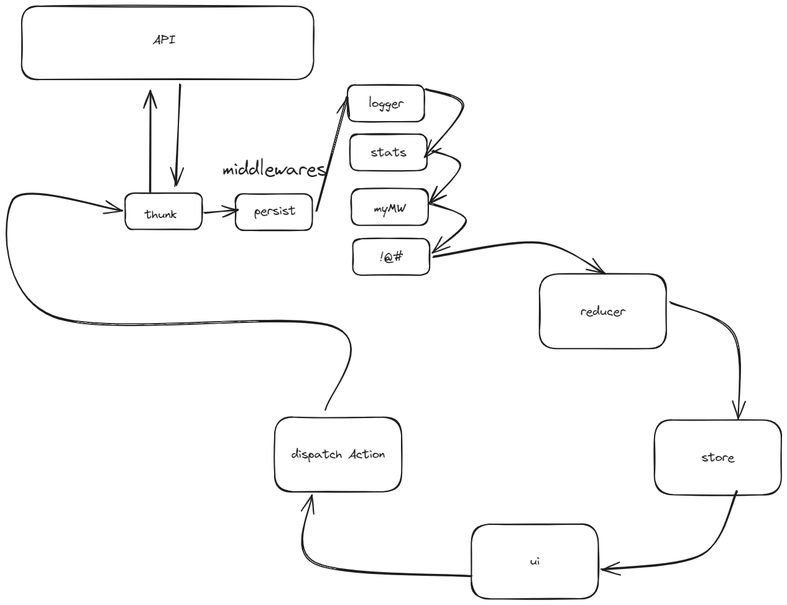
This is src/redux/.excalidraw.png from DrynkinSergey/FS_109_React, a Excalidraw export, as it was before one commit. Source tidied: one line per element, renumbered; positions are measured from the earlier drawing's top-left corner, leaving out a move shared by most shapes. Its diagram source:
```json
{"id": 0, "type": "rectangle", "strokeColor": "#1e1e1e", "strokeWidth": 2, "roughness": 1, "round": true, "x": 422, "y": 661, "width": 204, "height": 120}
{"id": 1, "type": "text", "text": "dispatch Action", "strokeColor": "#1e1e1e", "strokeWidth": 2, "roughness": 1, "fontSize": 20, "fontFamily": 1, "textAlign": "center", "verticalAlign": "middle", "inside": 0, "x": 449, "y": 709, "width": 150, "height": 25}
{"id": 2, "type": "rectangle", "strokeColor": "#1e1e1e", "strokeWidth": 2, "roughness": 1, "round": true, "x": 739, "y": 834, "width": 204, "height": 120}
{"id": 3, "type": "text", "text": "ui", "strokeColor": "#1e1e1e", "strokeWidth": 2, "roughness": 1, "fontSize": 20, "fontFamily": 1, "textAlign": "center", "verticalAlign": "middle", "inside": 2, "x": 833, "y": 881, "width": 16, "height": 25}
{"id": 4, "type": "rectangle", "strokeColor": "#1e1e1e", "strokeWidth": 2, "roughness": 1, "round": true, "x": 1033, "y": 666, "width": 204, "height": 120}
{"id": 5, "type": "text", "text": "store", "strokeColor": "#1e1e1e", "strokeWidth": 2, "roughness": 1, "fontSize": 20, "fontFamily": 1, "textAlign": "center", "verticalAlign": "middle", "inside": 4, "x": 1109, "y": 714, "width": 53, "height": 25}
{"id": 6, "type": "rectangle", "strokeColor": "#1e1e1e", "strokeWidth": 2, "roughness": 1, "round": true, "x": 848, "y": 431, "width": 204, "height": 120}
{"id": 7, "type": "text", "text": "reducer", "strokeColor": "#1e1e1e", "strokeWidth": 2, "roughness": 1, "fontSize": 20, "fontFamily": 1, "textAlign": "center", "verticalAlign": "middle", "inside": 6, "x": 914, "y": 479, "width": 72, "height": 25}
{"id": 8, "type": "arrow", "strokeColor": "#1e1e1e", "strokeWidth": 2, "roughness": 1, "endArrowhead": "arrow", "round": true, "from": 6, "to": 4, "x": 1059, "y": 477, "width": 109, "height": 186, "points": [[0, 0], [101, 51], [109, 186]]}
{"id": 9, "type": "arrow", "strokeColor": "#1e1e1e", "strokeWidth": 2, "roughness": 1, "endArrowhead": "arrow", "round": true, "to": 2, "x": 1167, "y": 781, "width": 218, "height": 126, "points": [[0, 0], [-56, 101], [-218, 126]]}
{"id": 10, "type": "arrow", "strokeColor": "#1e1e1e", "strokeWidth": 2, "roughness": 1, "endArrowhead": "arrow", "round": true, "from": 2, "to": 0, "x": 738, "y": 919, "width": 256, "height": 131, "points": [[0, 0], [-252, -22], [-256, -131]]}
{"id": 11, "type": "rectangle", "strokeColor": "#1e1e1e", "strokeWidth": 2, "roughness": 1, "round": true, "x": 359, "y": 302, "width": 124, "height": 59}
{"id": 12, "type": "rectangle", "strokeColor": "#1e1e1e", "strokeWidth": 2, "roughness": 1, "round": true, "x": 546, "y": 294, "width": 124, "height": 59}
{"id": 13, "type": "rectangle", "strokeColor": "#1e1e1e", "strokeWidth": 2, "roughness": 1, "round": true, "x": 182, "y": 301, "width": 124, "height": 59}
{"id": 14, "type": "arrow", "strokeColor": "#1e1e1e", "strokeWidth": 2, "roughness": 1, "endArrowhead": "arrow", "round": true, "from": 0, "to": 13, "x": 504, "y": 649, "width": 514, "height": 338, "points": [[0, 0], [10, -134], [-438, -149], [-504, -338], [-327, -321]]}
{"id": 15, "type": "arrow", "strokeColor": "#1e1e1e", "strokeWidth": 2, "roughness": 1, "endArrowhead": "arrow", "round": true, "from": 13, "x": 310, "y": 333, "width": 53, "height": 5, "points": [[0, 0], [53, -5]]}
{"id": 16, "type": "arrow", "strokeColor": "#1e1e1e", "strokeWidth": 2, "roughness": 1, "endArrowhead": "arrow", "round": true, "from": 11, "to": 30, "x": 490, "y": 330, "width": 49, "height": 183, "points": [[0, 0], [49, -183]]}
{"id": 17, "type": "arrow", "strokeColor": "#1e1e1e", "strokeWidth": 2, "roughness": 1, "endArrowhead": "arrow", "round": true, "from": 26, "to": 6, "x": 677, "y": 404, "width": 275, "height": 50, "points": [[0, 0], [172, -23], [275, 27]]}
{"id": 18, "type": "text", "text": "middlewares", "strokeColor": "#1e1e1e", "strokeWidth": 2, "roughness": 1, "fontSize": 30.01, "fontFamily": 1, "x": 338, "y": 244, "width": 168, "height": 38}
{"id": 19, "type": "text", "text": "thunk", "strokeColor": "#1e1e1e", "strokeWidth": 2, "roughness": 1, "fontSize": 20, "fontFamily": 1, "x": 213, "y": 323, "width": 52, "height": 25}
{"id": 20, "type": "arrow", "strokeColor": "#1e1e1e", "strokeWidth": 2, "roughness": 1, "endArrowhead": "arrow", "round": true, "from": 13, "x": 223, "y": 300, "width": 0, "height": 164, "points": [[0, 0], [0, -164]]}
{"id": 21, "type": "rectangle", "strokeColor": "#1e1e1e", "strokeWidth": 2, "roughness": 1, "round": true, "x": 15, "y": 0, "width": 470, "height": 118}
{"id": 22, "type": "text", "text": "API", "strokeColor": "#1e1e1e", "strokeWidth": 2, "roughness": 1, "fontSize": 20, "fontFamily": 1, "x": 226, "y": 42, "width": 37, "height": 25}
{"id": 23, "type": "arrow", "strokeColor": "#1e1e1e", "strokeWidth": 2, "roughness": 1, "endArrowhead": "arrow", "round": true, "from": 21, "to": 13, "x": 271, "y": 126, "width": 9, "height": 163, "points": [[0, 0], [-9, 163]]}
{"id": 24, "type": "text", "text": "persist", "strokeColor": "#1e1e1e", "strokeWidth": 2, "roughness": 1, "fontSize": 20, "fontFamily": 1, "x": 390, "y": 317, "width": 67, "height": 25}
{"id": 25, "type": "text", "text": "myMW", "strokeColor": "#1e1e1e", "strokeWidth": 2, "roughness": 1, "fontSize": 20, "fontFamily": 1, "x": 582, "y": 313, "width": 52, "height": 25}
{"id": 26, "type": "rectangle", "strokeColor": "#1e1e1e", "strokeWidth": 2, "roughness": 1, "round": true, "x": 548, "y": 374, "width": 124, "height": 59}
{"id": 27, "type": "text", "text": "!@#", "strokeColor": "#1e1e1e", "strokeWidth": 2, "roughness": 1, "fontSize": 20, "fontFamily": 1, "textAlign": "center", "verticalAlign": "middle", "inside": 26, "x": 591, "y": 391, "width": 38, "height": 25}
{"id": 28, "type": "rectangle", "strokeColor": "#1e1e1e", "strokeWidth": 2, "roughness": 1, "round": true, "x": 544, "y": 206, "width": 124, "height": 59}
{"id": 29, "type": "text", "text": "stats", "strokeColor": "#1e1e1e", "strokeWidth": 2, "roughness": 1, "fontSize": 20, "fontFamily": 1, "textAlign": "center", "verticalAlign": "middle", "inside": 28, "x": 577, "y": 223, "width": 58, "height": 25}
{"id": 30, "type": "rectangle", "strokeColor": "#1e1e1e", "strokeWidth": 2, "roughness": 1, "round": true, "x": 539, "y": 127, "width": 124, "height": 59}
{"id": 31, "type": "text", "text": "logger", "strokeColor": "#1e1e1e", "strokeWidth": 2, "roughness": 1, "fontSize": 20, "fontFamily": 1, "textAlign": "center", "verticalAlign": "middle", "inside": 30, "x": 573, "y": 144, "width": 56, "height": 25}
{"id": 32, "type": "arrow", "strokeColor": "#1e1e1e", "strokeWidth": 2, "roughness": 1, "endArrowhead": "arrow", "round": true, "from": 30, "x": 665, "y": 134, "width": 62, "height": 108, "points": [[0, 0], [60, 26], [-1, 108]]}
{"id": 33, "type": "arrow", "strokeColor": "#1e1e1e", "strokeWidth": 2, "roughness": 1, "endArrowhead": "arrow", "round": true, "from": 28, "to": 12, "x": 676, "y": 234, "width": 52, "height": 85, "points": [[0, 0], [46, 23], [-5, 85]]}
{"id": 34, "type": "arrow", "strokeColor": "#1e1e1e", "strokeWidth": 2, "roughness": 1, "endArrowhead": "arrow", "round": true, "from": 12, "to": 26, "x": 671, "y": 316, "width": 59, "height": 80, "points": [[0, 0], [59, 29], [5, 80]]}
```
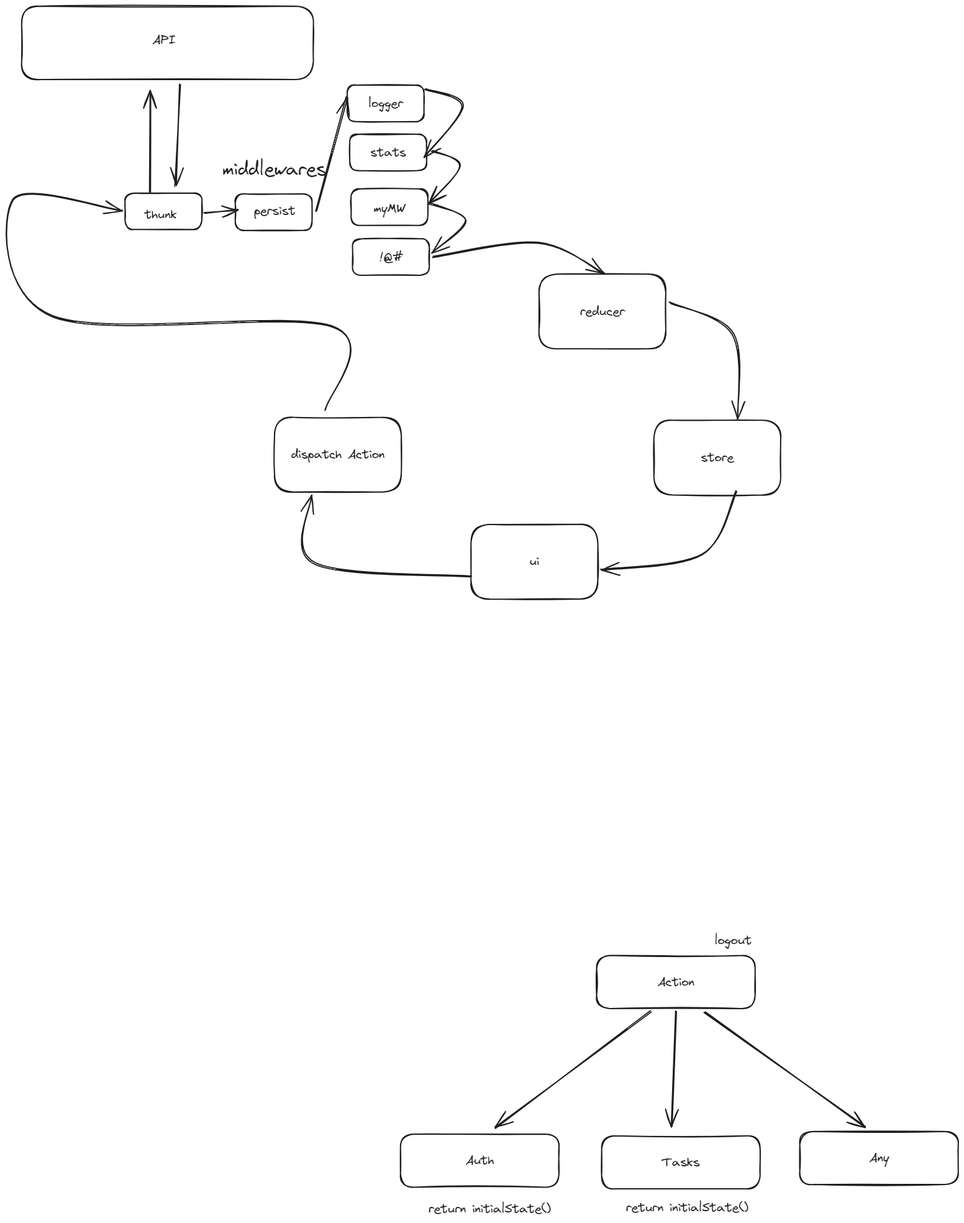
Above is the later version.

Commit message:
add logout, info about user, clear slices

The edit, as a diff of the source:
```diff
@@ -33,3 +33,17 @@
 {"id": 32, "type": "arrow", "strokeColor": "#1e1e1e", "strokeWidth": 2, "roughness": 1, "endArrowhead": "arrow", "round": true, "from": 30, "x": 665, "y": 134, "width": 62, "height": 108, "points": [[0, 0], [60, 26], [-1, 108]]}
 {"id": 33, "type": "arrow", "strokeColor": "#1e1e1e", "strokeWidth": 2, "roughness": 1, "endArrowhead": "arrow", "round": true, "from": 28, "to": 12, "x": 676, "y": 234, "width": 52, "height": 85, "points": [[0, 0], [46, 23], [-5, 85]]}
 {"id": 34, "type": "arrow", "strokeColor": "#1e1e1e", "strokeWidth": 2, "roughness": 1, "endArrowhead": "arrow", "round": true, "from": 12, "to": 26, "x": 671, "y": 316, "width": 59, "height": 80, "points": [[0, 0], [59, 29], [5, 80]]}
+{"id": 35, "type": "rectangle", "strokeColor": "#1e1e1e", "strokeWidth": 2, "roughness": 1, "round": true, "x": 941, "y": 1528, "width": 255, "height": 85}
+{"id": 36, "type": "text", "text": "Action", "strokeColor": "#1e1e1e", "strokeWidth": 2, "roughness": 1, "fontSize": 20, "fontFamily": 1, "textAlign": "center", "verticalAlign": "middle", "inside": 35, "x": 1039, "y": 1558, "width": 59, "height": 25}
+{"id": 37, "type": "rectangle", "strokeColor": "#1e1e1e", "strokeWidth": 2, "roughness": 1, "round": true, "x": 625, "y": 1815, "width": 255, "height": 85}
+{"id": 38, "type": "text", "text": "Auth", "strokeColor": "#1e1e1e", "strokeWidth": 2, "roughness": 1, "fontSize": 20, "fontFamily": 1, "textAlign": "center", "verticalAlign": "middle", "inside": 37, "x": 730, "y": 1845, "width": 46, "height": 25}
+{"id": 39, "type": "rectangle", "strokeColor": "#1e1e1e", "strokeWidth": 2, "roughness": 1, "round": true, "x": 949, "y": 1818, "width": 255, "height": 85}
+{"id": 40, "type": "text", "text": "Tasks", "strokeColor": "#1e1e1e", "strokeWidth": 2, "roughness": 1, "fontSize": 20, "fontFamily": 1, "textAlign": "center", "verticalAlign": "middle", "inside": 39, "x": 1046, "y": 1848, "width": 61, "height": 25}
+{"id": 41, "type": "rectangle", "strokeColor": "#1e1e1e", "strokeWidth": 2, "roughness": 1, "round": true, "x": 1268, "y": 1811, "width": 255, "height": 85}
+{"id": 42, "type": "text", "text": "Any", "strokeColor": "#1e1e1e", "strokeWidth": 2, "roughness": 1, "fontSize": 20, "fontFamily": 1, "textAlign": "center", "verticalAlign": "middle", "inside": 41, "x": 1380, "y": 1841, "width": 32, "height": 25}
+{"id": 43, "type": "text", "text": "logout", "strokeColor": "#1e1e1e", "strokeWidth": 2, "roughness": 1, "fontSize": 20, "fontFamily": 1, "x": 1131, "y": 1491, "width": 60, "height": 25}
+{"id": 44, "type": "arrow", "strokeColor": "#1e1e1e", "strokeWidth": 2, "roughness": 1, "endArrowhead": "arrow", "round": true, "from": 35, "to": 37, "x": 1029, "y": 1618, "width": 252, "height": 188, "points": [[0, 0], [-252, 188]]}
+{"id": 45, "type": "arrow", "strokeColor": "#1e1e1e", "strokeWidth": 2, "roughness": 1, "endArrowhead": "arrow", "round": true, "from": 35, "to": 39, "x": 1069, "y": 1618, "width": 7, "height": 185, "points": [[0, 0], [-7, 185]]}
+{"id": 46, "type": "arrow", "strokeColor": "#1e1e1e", "strokeWidth": 2, "roughness": 1, "endArrowhead": "arrow", "round": true, "from": 35, "to": 41, "x": 1114, "y": 1619, "width": 258, "height": 184, "points": [[0, 0], [258, 184]]}
+{"id": 47, "type": "text", "text": "return initialState()", "strokeColor": "#1e1e1e", "strokeWidth": 2, "roughness": 1, "fontSize": 20, "fontFamily": 1, "x": 671, "y": 1923, "width": 197, "height": 25}
+{"id": 48, "type": "text", "text": "return initialState()", "strokeColor": "#1e1e1e", "strokeWidth": 2, "roughness": 1, "fontSize": 20, "fontFamily": 1, "x": 988, "y": 1921, "width": 197, "height": 25}
```
